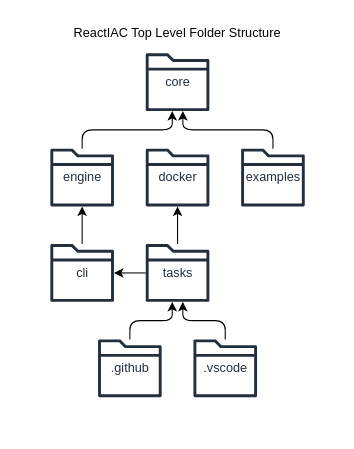
This is examples/diagram/reactiac-architecutre/output/folder-structure.drawio from dinghydev/dinghy, a draw.io file, before an edit. Source tidied: cells renumbered, new cells numbered last; positions are measured from the earlier drawing's top-left corner, leaving out a move shared by most shapes. Both pictures are drawn from the tidied source at 106%, with x=0, y=0 at pixel (18, 18).
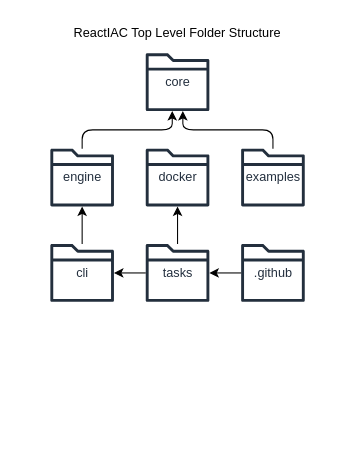
The same page after the edit.

Unchanged cells that the change refers to:
```xml
<mxCell id="8" value="Row" style="align=center;spacingLeft=5;spacingRight=5;spacingBottom=5;verticalAlign=top;noLabel=1;opacity=0;" parent="2" vertex="1">
  <mxGeometry x="30" y="210" width="240" height="60" as="geometry" />
</mxCell>
<mxCell id="10" value="tasks" style="shape=mxgraph.aws4.folder;fillColor=#232F3D;verticalLabelPosition=middle;verticalAlign=middle;align=center;sketch=0;outlineConnect=0;fontColor=#232F3E;gradientColor=none;strokeColor=none;dashed=0;fontSize=12;fontStyle=0;html=1;labelPosition=center;" parent="8" vertex="1">
  <mxGeometry x="90" width="60" height="60" as="geometry" />
</mxCell>
```

What changed in the source:
```diff
@@
     <mxCell id="2" value="ReactIAC Top Level Folder Structure" style="align=center;strokeColor=none;verticalAlign=top;" parent="1" vertex="1">
-      <mxGeometry width="300" height="390" as="geometry" />
+      <mxGeometry width="300" height="300" as="geometry" />
     </mxCell>
@@
-    <mxCell id="11" value="Row" style="align=center;spacingLeft=5;spacingRight=5;spacingBottom=5;verticalAlign=top;noLabel=1;opacity=0;" parent="2" vertex="1">
-      <mxGeometry x="30" y="300" width="240" height="60" as="geometry" />
-    </mxCell>
-    <mxCell id="12" value=".github" style="shape=mxgraph.aws4.folder;fillColor=#232F3D;verticalLabelPosition=middle;verticalAlign=middle;align=center;sketch=0;outlineConnect=0;fontColor=#232F3E;gradientColor=none;strokeColor=none;dashed=0;fontSize=12;fontStyle=0;html=1;labelPosition=center;" parent="11" vertex="1">
-      <mxGeometry x="45" width="60" height="60" as="geometry" />
+    <mxCell id="12" value=".github" style="shape=mxgraph.aws4.folder;fillColor=#232F3D;verticalLabelPosition=middle;verticalAlign=middle;align=center;sketch=0;outlineConnect=0;fontColor=#232F3E;gradientColor=none;strokeColor=none;dashed=0;fontSize=12;fontStyle=0;html=1;labelPosition=center;" parent="8" vertex="1">
+      <mxGeometry x="180" width="60" height="60" as="geometry" />
     </mxCell>
-    <mxCell id="13" value=".vscode" style="shape=mxgraph.aws4.folder;fillColor=#232F3D;verticalLabelPosition=middle;verticalAlign=middle;align=center;sketch=0;outlineConnect=0;fontColor=#232F3E;gradientColor=none;strokeColor=none;dashed=0;fontSize=12;fontStyle=0;html=1;labelPosition=center;" parent="11" vertex="1">
-      <mxGeometry x="135" width="60" height="60" as="geometry" />
-    </mxCell>
@@
     <mxCell id="19" style="rounded=1;jettySize=auto;html=1;edgeStyle=orthogonalEdgeStyle;" parent="1" edge="1" source="12" target="10">
       <mxGeometry relative="1" as="geometry">
         <Array as="points">
-          <mxPoint x="105" y="285" />
-          <mxPoint x="145" y="285" />
+          <mxPoint x="195" y="240" />
+          <mxPoint x="195" y="240" />
         </Array>
       </mxGeometry>
     </mxCell>
-    <mxCell id="20" style="rounded=1;jettySize=auto;html=1;edgeStyle=orthogonalEdgeStyle;" parent="1" edge="1" source="13" target="10">
-      <mxGeometry relative="1" as="geometry">
-        <Array as="points">
-          <mxPoint x="195" y="285" />
-          <mxPoint x="155" y="285" />
-        </Array>
-      </mxGeometry>
-    </mxCell>
```
